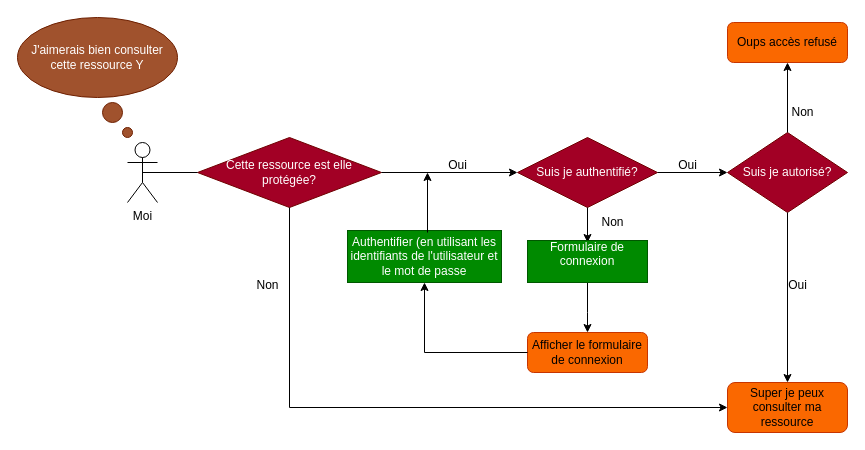
AZEGHAANICET/thymetech keeps this draw.io diagram as src/Diagramme sans nom.drawio. Above is the earlier version. Source tidied: cells renumbered, new cells numbered last; positions are measured from the earlier drawing's top-left corner, leaving out a move shared by most shapes. Both pictures are drawn from the tidied source at 100%, with x=0, y=0 at pixel (17, 17).
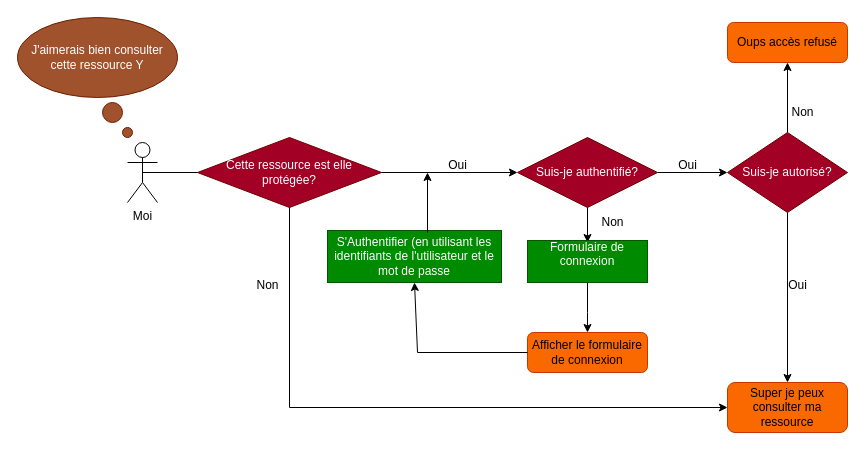
The same page after the edit.

Commit message:
Mettre à jour Diagramme sans nom.drawio

Unchanged cells that the change refers to:
```xml
<mxCell id="24" value="Afficher le formulaire de connexion" style="rounded=1;whiteSpace=wrap;html=1;fillColor=#fa6800;strokeColor=#C73500;fontColor=#000000;" parent="1" vertex="1">
  <mxGeometry x="510" y="315" width="120" height="40" as="geometry" />
</mxCell>
```

Diff of the diagram source:
```diff
@@
-    <mxCell id="9" value="Suis je authentifié?" style="rhombus;whiteSpace=wrap;html=1;fillColor=#a20025;strokeColor=#6F0000;fontColor=#ffffff;" parent="1" vertex="1">
+    <mxCell id="9" value="Suis-je authentifié?" style="rhombus;whiteSpace=wrap;html=1;fillColor=#a20025;strokeColor=#6F0000;fontColor=#ffffff;" parent="1" vertex="1">
       <mxGeometry x="500" y="120" width="140" height="70" as="geometry" />
     </mxCell>
@@
-    <mxCell id="15" value="Suis je autorisé?" style="rhombus;whiteSpace=wrap;html=1;fillColor=#a20025;strokeColor=#6F0000;fontColor=#ffffff;" parent="1" vertex="1">
+    <mxCell id="15" value="Suis-je autorisé?" style="rhombus;whiteSpace=wrap;html=1;fillColor=#a20025;strokeColor=#6F0000;fontColor=#ffffff;" parent="1" vertex="1">
       <mxGeometry x="710" y="115" width="120" height="80" as="geometry" />
     </mxCell>
@@
-    <mxCell id="25" value="Authentifier (en utilisant les identifiants de l'utilisateur et le mot de passe" style="rounded=0;whiteSpace=wrap;html=1;fillColor=#008a00;fontColor=#ffffff;strokeColor=#005700;" parent="1" vertex="1">
-      <mxGeometry x="330" y="213" width="154" height="52" as="geometry" />
+    <mxCell id="25" value="S'Authentifier (en utilisant les identifiants de l'utilisateur et le mot de passe" style="rounded=0;whiteSpace=wrap;html=1;fillColor=#008a00;fontColor=#ffffff;strokeColor=#005700;" parent="1" vertex="1">
+      <mxGeometry x="310" y="213" width="174" height="52" as="geometry" />
     </mxCell>
     <mxCell id="26" style="endArrow=classic;html=1;rounded=0;entryX=0.5;entryY=1;entryDx=0;entryDy=0;exitX=0;exitY=0.5;exitDx=0;exitDy=0;" parent="1" edge="1" source="24" target="25">
       <mxGeometry relative="1" as="geometry">
         <Array as="points">
-          <mxPoint x="407" y="335" />
+          <mxPoint x="400" y="335" />
         </Array>
       </mxGeometry>
     </mxCell>
```
